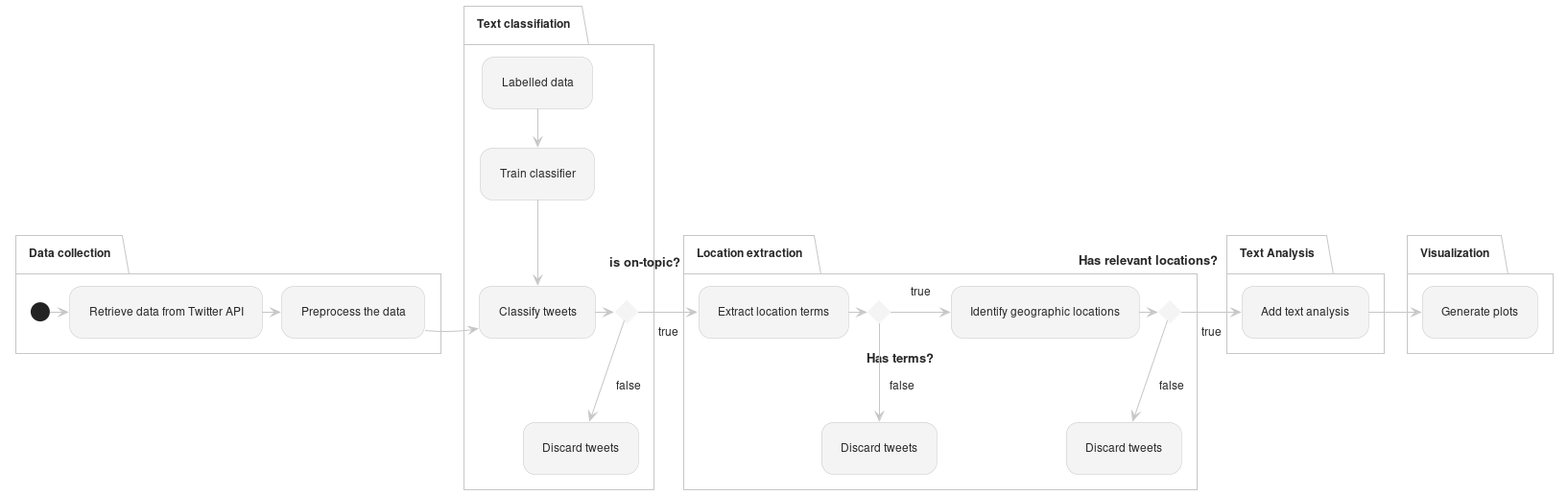
Above: report/images/pipeline.png in YasserKa/Classification-and-visualization-of-natural-disasters-using-Twitter (PlantUML), before the change.
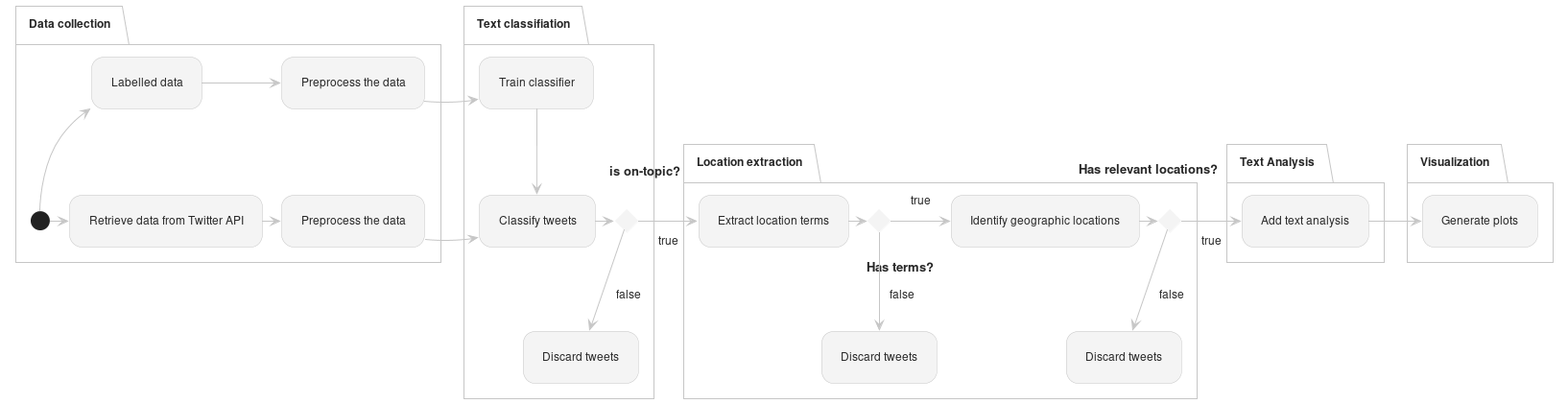
Later version of the same file.

Change to the diagram source:
```diff
@@ -2,13 +2,15 @@
 !theme carbon-gray
 
 partition "Data collection" {
-  (*) -> "Retrieve data from Twitter API"
-  -> "Preprocess the data"
+  (*) -right-> "Retrieve data from Twitter API"
+  -right-> "Preprocess the data" as pd2
+  (*) -up-> "Labelled data"
+  -right-> "Preprocess the data" as pd1
 }
 
 partition "Text classifiation" {
-  "Labelled data" --> "Train classifier"
-  "Preprocess the data" -right-> "Classify tweets"
+  pd1 -right-> "Train classifier"
+  pd2 -right-> "Classify tweets"
   "Train classifier" -down-> "Classify tweets"
   "Classify tweets" -right-> if ===is on-topic? then
   -down->[false] "Discard tweets" as dt1
```
